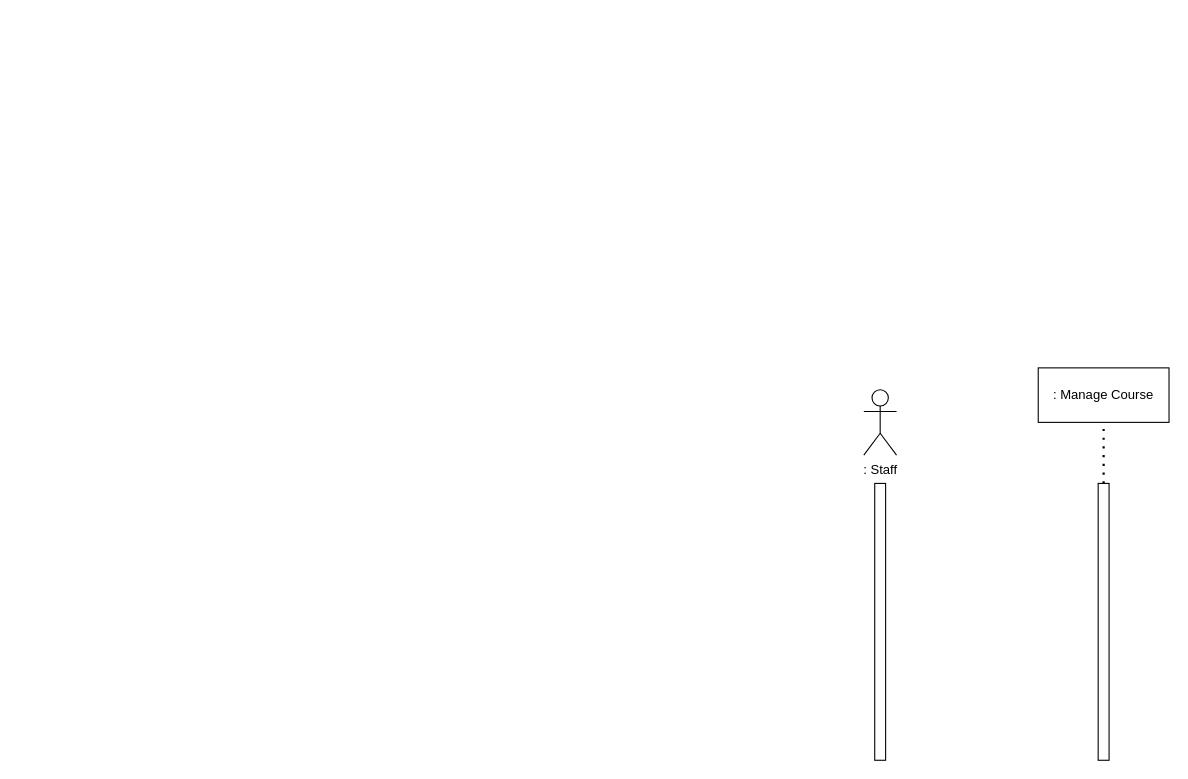
This is page "Sequence Course" (17 of 17) of Untitled Diagram.drawio from minhng-178/web-starter-projects, a draw.io file, before an edit. Source tidied: cells renumbered, new cells numbered last; positions are measured from the earlier drawing's top-left corner, leaving out a move shared by most shapes. Both pictures are drawn from the tidied source at 109%, with x=0, y=0 at pixel (863, 367).
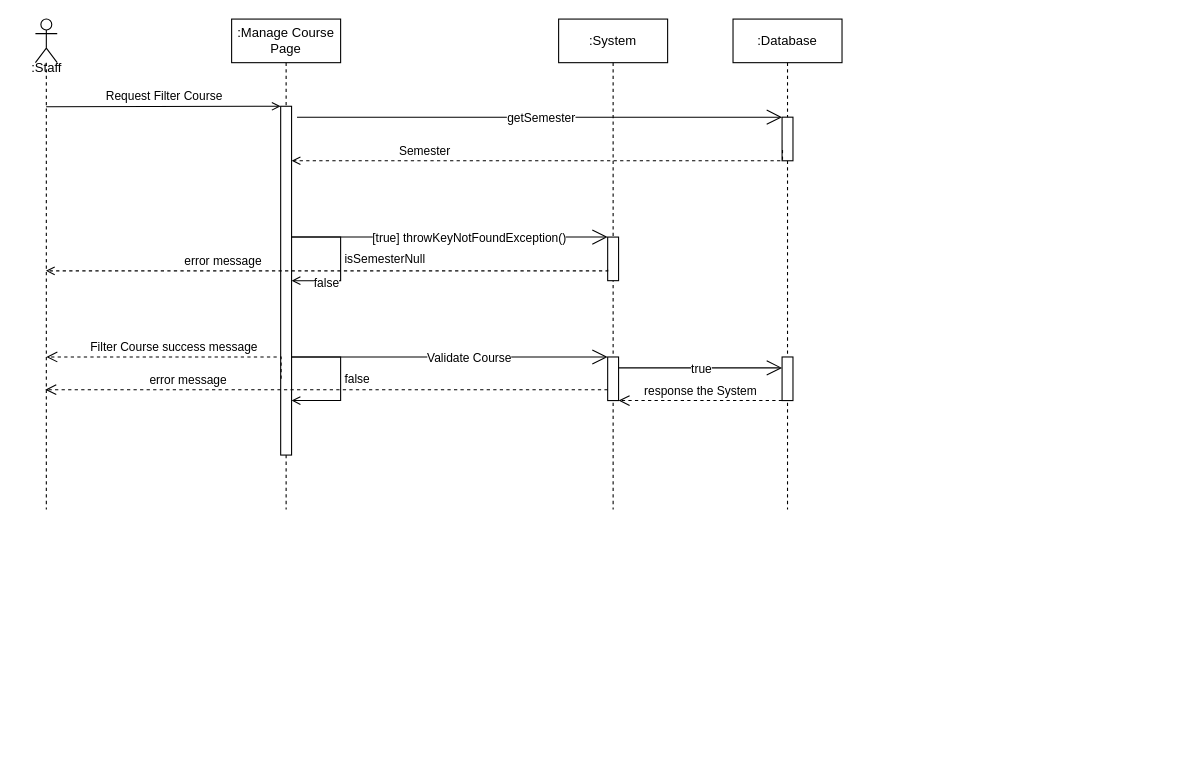
The same diagram, later.

Change to the diagram source:
```diff
@@
-    <mxCell id="2" value=": Staff" style="shape=umlActor;verticalLabelPosition=bottom;verticalAlign=top;html=1;" parent="1" vertex="1">
-      <mxGeometry y="20" width="30" height="60" as="geometry" />
-    </mxCell>
-    <mxCell id="3" style="html=1;perimeter=orthogonalPerimeter;targetShapes=umlLifeline;newEdgeStyle={&quot;edgeStyle&quot;:&quot;elbowEdgeStyle&quot;,&quot;elbow&quot;:&quot;vertical&quot;,&quot;curved&quot;:0,&quot;rounded&quot;:0};" parent="1" vertex="1">
-      <mxGeometry x="10" y="106" width="10" height="254" as="geometry" />
-    </mxCell>
-    <mxCell id="4" value=": Manage Course" style="html=1;whiteSpace=wrap;" parent="1" vertex="1">
-      <mxGeometry x="160" width="120" height="50" as="geometry" />
-    </mxCell>
-    <mxCell id="5" style="html=1;points=[];perimeter=orthogonalPerimeter;outlineConnect=0;targetShapes=umlLifeline;portConstraint=eastwest;newEdgeStyle={&quot;edgeStyle&quot;:&quot;elbowEdgeStyle&quot;,&quot;elbow&quot;:&quot;vertical&quot;,&quot;curved&quot;:0,&quot;rounded&quot;:0};" parent="1" vertex="1">
-      <mxGeometry x="215" y="106" width="10" height="254" as="geometry" />
-    </mxCell>
-    <mxCell id="6" style="endArrow=none;dashed=1;html=1;dashPattern=1 3;strokeWidth=2;rounded=0;entryX=0.5;entryY=1;entryDx=0;entryDy=0;" parent="1" edge="1" source="5" target="4">
-      <mxGeometry relative="1" as="geometry" />
-    </mxCell>
+    <mxCell id="7" style="shape=umlLifeline;perimeter=lifelinePerimeter;whiteSpace=wrap;html=1;newEdgeStyle={&quot;edgeStyle&quot;:&quot;elbowEdgeStyle&quot;,&quot;elbow&quot;:&quot;vertical&quot;,&quot;curved&quot;:0,&quot;rounded&quot;:0};participant=umlActor;size=40;" parent="1" vertex="1">
+      <mxGeometry x="-760" y="-320" width="20" height="450" as="geometry" />
+    </mxCell>
+    <mxCell id="8" value=":Staff" style="text;html=1;align=center;verticalAlign=middle;strokeColor=none;fillColor=none;" parent="1" vertex="1">
+      <mxGeometry x="-775" y="-290" width="50" height="30" as="geometry" />
+    </mxCell>
+    <mxCell id="9" value="Request Filter Course" style="html=1;verticalAlign=bottom;endArrow=open;edgeStyle=elbowEdgeStyle;elbow=vertical;curved=0;rounded=0;endFill=0;" parent="1" edge="1" target="11">
+      <mxGeometry relative="1" as="geometry">
+        <mxPoint x="-750.1" y="-239.6" as="sourcePoint" />
+      </mxGeometry>
+    </mxCell>
+    <mxCell id="10" value=":Manage Course Page" style="shape=umlLifeline;perimeter=lifelinePerimeter;whiteSpace=wrap;html=1;newEdgeStyle={&quot;edgeStyle&quot;:&quot;elbowEdgeStyle&quot;,&quot;elbow&quot;:&quot;vertical&quot;,&quot;curved&quot;:0,&quot;rounded&quot;:0};" parent="1" vertex="1">
+      <mxGeometry x="-580" y="-320" width="100" height="450" as="geometry" />
+    </mxCell>
+    <mxCell id="11" style="html=1;points=[];perimeter=orthogonalPerimeter;outlineConnect=0;targetShapes=umlLifeline;portConstraint=eastwest;newEdgeStyle={&quot;edgeStyle&quot;:&quot;elbowEdgeStyle&quot;,&quot;elbow&quot;:&quot;vertical&quot;,&quot;curved&quot;:0,&quot;rounded&quot;:0};" parent="10" vertex="1">
+      <mxGeometry x="45" y="80" width="10" height="320" as="geometry" />
+    </mxCell>
+    <mxCell id="12" value=":System" style="shape=umlLifeline;perimeter=lifelinePerimeter;whiteSpace=wrap;html=1;newEdgeStyle={&quot;edgeStyle&quot;:&quot;elbowEdgeStyle&quot;,&quot;elbow&quot;:&quot;vertical&quot;,&quot;curved&quot;:0,&quot;rounded&quot;:0};" parent="1" vertex="1">
+      <mxGeometry x="-280" y="-320" width="100" height="450" as="geometry" />
+    </mxCell>
+    <mxCell id="13" style="html=1;perimeter=orthogonalPerimeter;targetShapes=umlLifeline;newEdgeStyle={&quot;edgeStyle&quot;:&quot;elbowEdgeStyle&quot;,&quot;elbow&quot;:&quot;vertical&quot;,&quot;curved&quot;:0,&quot;rounded&quot;:0};" parent="12" vertex="1">
+      <mxGeometry x="45" y="200" width="10" height="40" as="geometry" />
+    </mxCell>
+    <mxCell id="14" style="html=1;points=[];perimeter=orthogonalPerimeter;outlineConnect=0;targetShapes=umlLifeline;portConstraint=eastwest;newEdgeStyle={&quot;edgeStyle&quot;:&quot;elbowEdgeStyle&quot;,&quot;elbow&quot;:&quot;vertical&quot;,&quot;curved&quot;:0,&quot;rounded&quot;:0};" parent="12" vertex="1">
+      <mxGeometry x="45" y="310" width="10" height="40" as="geometry" />
+    </mxCell>
+    <mxCell id="15" value=":Database" style="shape=umlLifeline;perimeter=lifelinePerimeter;whiteSpace=wrap;html=1;newEdgeStyle={&quot;edgeStyle&quot;:&quot;elbowEdgeStyle&quot;,&quot;elbow&quot;:&quot;vertical&quot;,&quot;curved&quot;:0,&quot;rounded&quot;:0};" parent="1" vertex="1">
+      <mxGeometry x="-120" y="-320" width="100" height="450" as="geometry" />
+    </mxCell>
+    <mxCell id="16" style="html=1;points=[];perimeter=orthogonalPerimeter;outlineConnect=0;targetShapes=umlLifeline;portConstraint=eastwest;newEdgeStyle={&quot;edgeStyle&quot;:&quot;elbowEdgeStyle&quot;,&quot;elbow&quot;:&quot;vertical&quot;,&quot;curved&quot;:0,&quot;rounded&quot;:0};" parent="15" vertex="1">
+      <mxGeometry x="45" y="90" width="10" height="40" as="geometry" />
+    </mxCell>
+    <mxCell id="17" style="html=1;points=[];perimeter=orthogonalPerimeter;outlineConnect=0;targetShapes=umlLifeline;portConstraint=eastwest;newEdgeStyle={&quot;edgeStyle&quot;:&quot;elbowEdgeStyle&quot;,&quot;elbow&quot;:&quot;vertical&quot;,&quot;curved&quot;:0,&quot;rounded&quot;:0};" parent="15" vertex="1">
+      <mxGeometry x="45" y="310" width="10" height="40" as="geometry" />
+    </mxCell>
+    <mxCell id="18" value="isSemesterNull" style="html=1;align=left;spacingLeft=2;endArrow=open;rounded=0;edgeStyle=orthogonalEdgeStyle;curved=0;rounded=0;endFill=0;" parent="1" edge="1">
+      <mxGeometry relative="1" as="geometry">
+        <mxPoint x="-525" y="-120" as="sourcePoint" />
+        <mxPoint x="-525" y="-80" as="targetPoint" />
+        <Array as="points">
+          <mxPoint x="-480" y="-120" />
+          <mxPoint x="-480" y="-80" />
+        </Array>
+      </mxGeometry>
+    </mxCell>
+    <mxCell id="19" value="false" style="edgeLabel;html=1;align=center;verticalAlign=middle;" parent="18" vertex="1">
+      <mxGeometry x="0.52" y="1" relative="1" as="geometry" />
+    </mxCell>
+    <mxCell id="20" style="endArrow=open;endFill=1;endSize=12;html=1;rounded=0;" parent="1" edge="1">
+      <mxGeometry relative="1" as="geometry">
+        <mxPoint x="-525" y="-120" as="sourcePoint" />
+        <mxPoint x="-235" y="-120" as="targetPoint" />
+      </mxGeometry>
+    </mxCell>
+    <mxCell id="21" value="[true] throwKeyNotFoundException()" style="edgeLabel;html=1;align=center;verticalAlign=middle;" parent="20" vertex="1">
+      <mxGeometry x="-0.21" relative="1" as="geometry">
+        <mxPoint x="47" as="offset" />
+      </mxGeometry>
+    </mxCell>
+    <mxCell id="22" style="endArrow=open;endFill=1;endSize=12;html=1;rounded=0;" parent="1" edge="1" target="16">
+      <mxGeometry relative="1" as="geometry">
+        <mxPoint x="-520" y="-230" as="sourcePoint" />
+      </mxGeometry>
+    </mxCell>
+    <mxCell id="23" value="getSemester" style="edgeLabel;html=1;align=center;verticalAlign=middle;" parent="22" vertex="1">
+      <mxGeometry x="-0.21" relative="1" as="geometry">
+        <mxPoint x="47" as="offset" />
+      </mxGeometry>
+    </mxCell>
+    <mxCell id="24" style="edgeStyle=orthogonalEdgeStyle;rounded=0;orthogonalLoop=1;jettySize=auto;html=1;dashed=1;endArrow=open;endFill=0;" parent="1" edge="1">
+      <mxGeometry relative="1" as="geometry">
+        <mxPoint x="-235" y="-90" as="sourcePoint" />
+        <mxPoint x="-750.4" y="-89" as="targetPoint" />
+        <Array as="points">
+          <mxPoint x="-235" y="-89" />
+        </Array>
+      </mxGeometry>
+    </mxCell>
+    <mxCell id="25" value="&lt;font style=&quot;font-size: 11px;&quot;&gt;error message&lt;/font&gt;" style="edgeLabel;html=1;align=center;verticalAlign=middle;fontSize=11;" parent="24" vertex="1">
+      <mxGeometry x="-0.43" y="1" relative="1" as="geometry">
+        <mxPoint x="-208" y="-11" as="offset" />
+      </mxGeometry>
+    </mxCell>
+    <mxCell id="26" style="edgeStyle=orthogonalEdgeStyle;rounded=0;jettySize=auto;html=1;dashed=1;endArrow=open;endFill=0;" parent="1" edge="1" target="11">
+      <mxGeometry relative="1" as="geometry">
+        <mxPoint x="-74.6" y="-200" as="sourcePoint" />
+        <Array as="points">
+          <mxPoint x="-75" y="-190" />
+        </Array>
+      </mxGeometry>
+    </mxCell>
+    <mxCell id="27" value="&lt;font style=&quot;font-size: 11px;&quot;&gt;Semester&lt;/font&gt;" style="edgeLabel;html=1;align=center;verticalAlign=middle;fontSize=11;" parent="26" vertex="1">
+      <mxGeometry x="-0.43" y="1" relative="1" as="geometry">
+        <mxPoint x="-208" y="-11" as="offset" />
+      </mxGeometry>
+    </mxCell>
+    <mxCell id="28" style="endArrow=open;endFill=1;endSize=12;html=1;rounded=0;" parent="1" edge="1" source="11" target="14">
+      <mxGeometry relative="1" as="geometry" />
+    </mxCell>
+    <mxCell id="29" value="Validate Course" style="edgeLabel;html=1;align=center;verticalAlign=middle;" parent="28" vertex="1">
+      <mxGeometry x="-0.21" relative="1" as="geometry">
+        <mxPoint x="47" as="offset" />
+      </mxGeometry>
+    </mxCell>
+    <mxCell id="30" style="endArrow=open;endFill=1;endSize=12;html=1;rounded=0;" parent="1" edge="1" source="14" target="17">
+      <mxGeometry relative="1" as="geometry">
+        <Array as="points">
+          <mxPoint x="-110" />
+        </Array>
+      </mxGeometry>
+    </mxCell>
+    <mxCell id="31" value="true" style="edgeLabel;html=1;align=center;verticalAlign=middle;" parent="30" vertex="1">
+      <mxGeometry x="-0.21" relative="1" as="geometry">
+        <mxPoint x="16" as="offset" />
+      </mxGeometry>
+    </mxCell>
+    <mxCell id="32" value="Filter Course success message" style="html=1;verticalAlign=bottom;endArrow=open;dashed=1;endSize=8;edgeStyle=elbowEdgeStyle;elbow=vertical;curved=0;rounded=0;" parent="1" edge="1">
+      <mxGeometry relative="1" as="geometry">
+        <mxPoint x="-534.6" y="10" as="sourcePoint" />
+        <mxPoint x="-750" y="-10" as="targetPoint" />
+        <Array as="points">
+          <mxPoint x="-650" y="-10" />
+        </Array>
+      </mxGeometry>
+    </mxCell>
+    <mxCell id="33" value="false" style="html=1;align=left;spacingLeft=2;endArrow=open;rounded=0;edgeStyle=orthogonalEdgeStyle;curved=0;rounded=0;endFill=0;" parent="1" edge="1">
+      <mxGeometry relative="1" as="geometry">
+        <mxPoint x="-525" y="-10" as="sourcePoint" />
+        <mxPoint x="-525" y="30" as="targetPoint" />
+        <Array as="points">
+          <mxPoint x="-480" y="-10" />
+          <mxPoint x="-480" y="30" />
+        </Array>
+      </mxGeometry>
+    </mxCell>
+    <mxCell id="34" value="error message" style="html=1;verticalAlign=bottom;endArrow=open;dashed=1;endSize=8;edgeStyle=elbowEdgeStyle;elbow=vertical;curved=0;rounded=0;" parent="1" edge="1" source="14">
+      <mxGeometry x="0.49" relative="1" as="geometry">
+        <mxPoint x="-750.6" y="20" as="targetPoint" />
+        <Array as="points">
+          <mxPoint x="-751" y="20" />
+        </Array>
+      </mxGeometry>
+    </mxCell>
+    <mxCell id="35" value="response the System" style="html=1;verticalAlign=bottom;endArrow=open;dashed=1;endSize=8;edgeStyle=elbowEdgeStyle;elbow=vertical;curved=0;rounded=0;" parent="1" edge="1" source="17">
+      <mxGeometry relative="1" as="geometry">
+        <mxPoint x="-225" y="30" as="targetPoint" />
+        <Array as="points">
+          <mxPoint x="-190" y="30" />
+        </Array>
+      </mxGeometry>
+    </mxCell>
```
